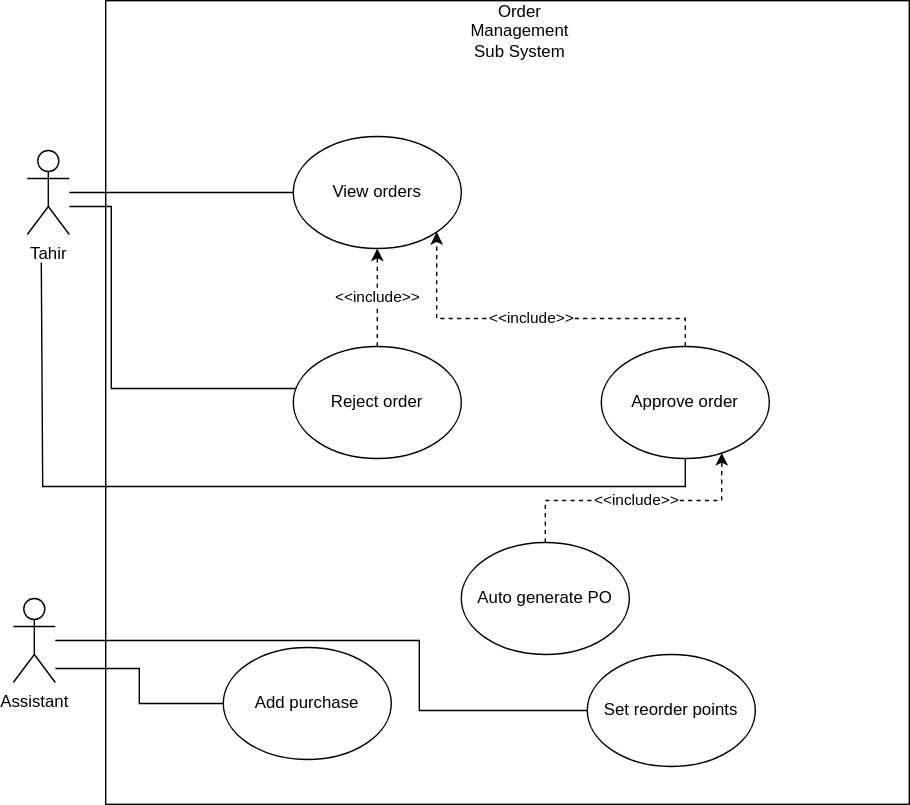
Simamkele88/IFM3_GP keeps this draw.io diagram as order.svg. Above is the earlier version. Source tidied: cells renumbered, new cells last; positions are measured from the earlier drawing's top-left corner, leaving out a move shared by most shapes.
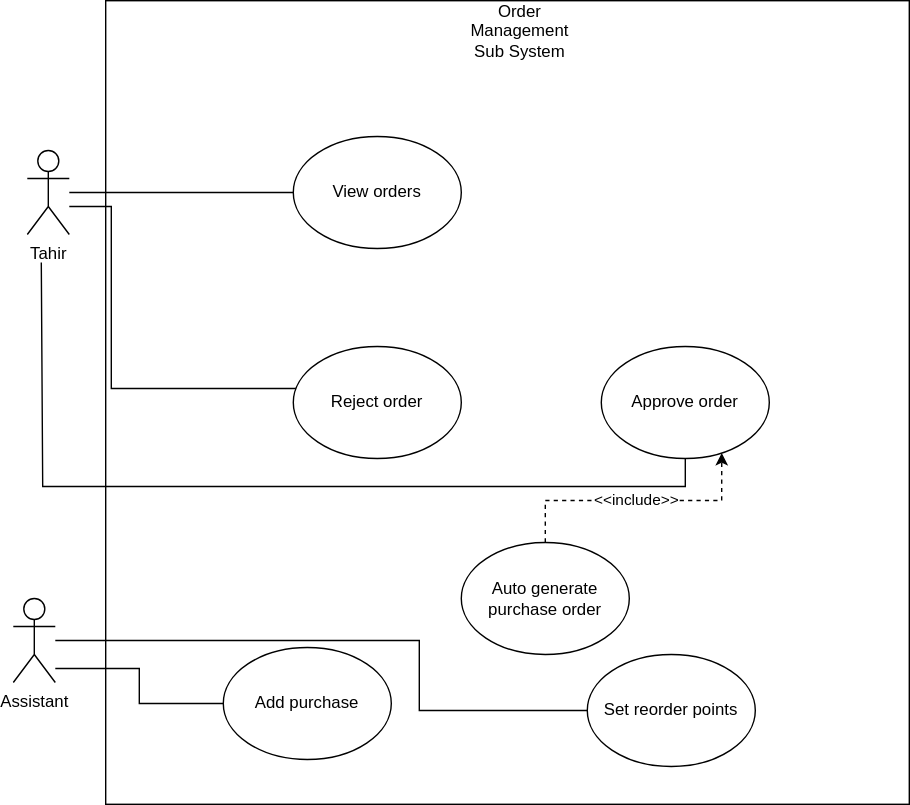
After the change.

What changed in the source:
```diff
@@ -16,20 +16,9 @@
         </Array>
       </mxGeometry>
     </mxCell>
-    <mxCell id="5" value="&amp;lt;&amp;lt;include&amp;gt;&amp;gt;" style="edgeStyle=orthogonalEdgeStyle;rounded=0;jettySize=auto;html=1;dashed=1;" parent="1" edge="1" source="6" target="3">
-      <mxGeometry relative="1" as="geometry" />
-    </mxCell>
     <mxCell id="6" value="Reject order" style="ellipse;whiteSpace=wrap;html=1;" parent="1" vertex="1">
       <mxGeometry x="200" y="247" width="120" height="80" as="geometry" />
     </mxCell>
-    <mxCell id="7" value="&amp;lt;&amp;lt;include&amp;gt;&amp;gt;" style="edgeStyle=orthogonalEdgeStyle;rounded=0;jettySize=auto;html=1;exitX=0.5;exitY=0;exitDx=0;exitDy=0;entryX=1;entryY=1;entryDx=0;entryDy=0;dashed=1;" parent="1" edge="1" source="9" target="3">
-      <mxGeometry relative="1" as="geometry">
-        <Array as="points">
-          <mxPoint x="480" y="227" />
-          <mxPoint x="302" y="227" />
-        </Array>
-      </mxGeometry>
-    </mxCell>
     <mxCell id="8" style="edgeStyle=orthogonalEdgeStyle;rounded=0;jettySize=auto;html=1;endArrow=none;startFill=0;" parent="1" edge="1" source="9">
       <mxGeometry relative="1" as="geometry">
         <mxPoint x="20" y="187" as="targetPoint" />
@@ -42,7 +31,7 @@
     <mxCell id="9" value="Approve order" style="ellipse;whiteSpace=wrap;html=1;" parent="1" vertex="1">
       <mxGeometry x="420" y="247" width="120" height="80" as="geometry" />
     </mxCell>
-    <mxCell id="10" value="Auto generate PO" style="ellipse;whiteSpace=wrap;html=1;" parent="1" vertex="1">
+    <mxCell id="10" value="Auto generate purchase order" style="ellipse;whiteSpace=wrap;html=1;" parent="1" vertex="1">
       <mxGeometry x="320" y="387" width="120" height="80" as="geometry" />
     </mxCell>
     <mxCell id="11" value="Order Management Sub System" style="text;html=1;align=center;verticalAlign=middle;whiteSpace=wrap;rounded=0;" parent="1" vertex="1">
```
